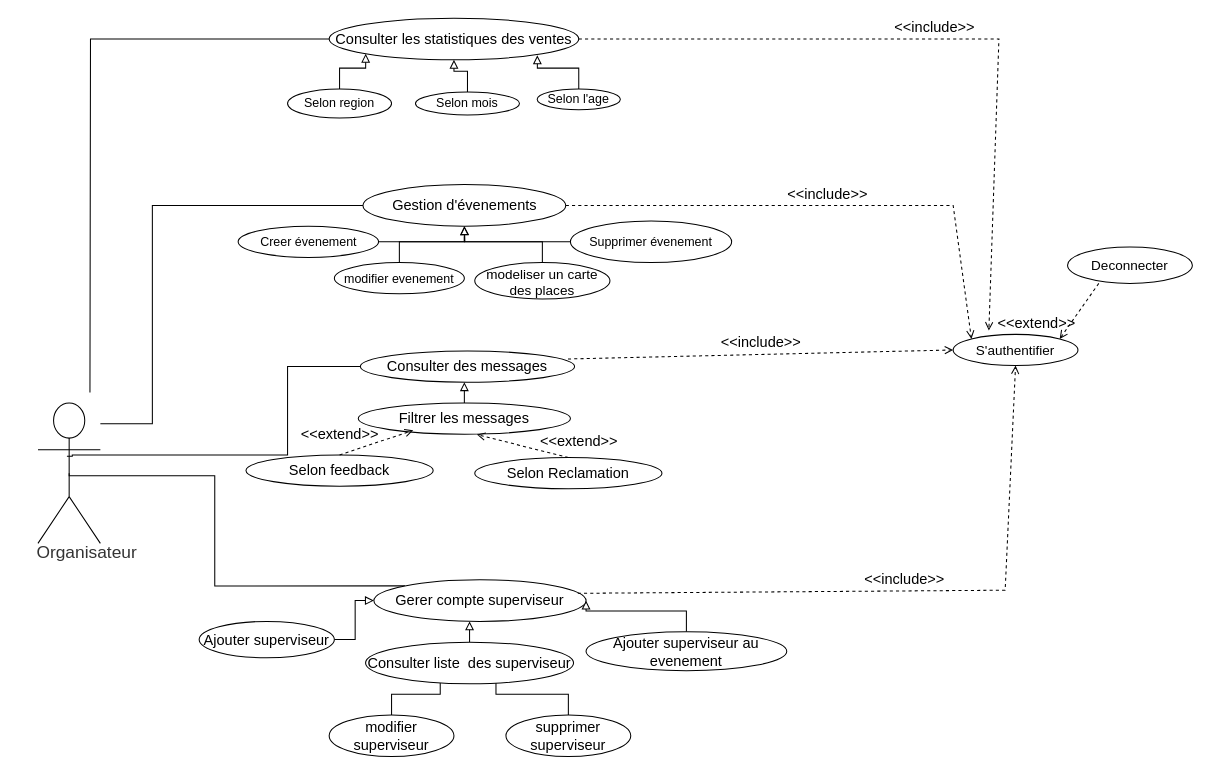
Above: Diagram de cas utilisation/4-Organizateur_Vf.drawio in mohamedimem/event- (draw.io), before the change. Source tidied: cells renumbered, new cells numbered last; positions are measured from the earlier drawing's top-left corner, leaving out a move shared by most shapes. Both pictures are drawn from the tidied source at 104%, with x=0, y=0 at pixel (37, 18).
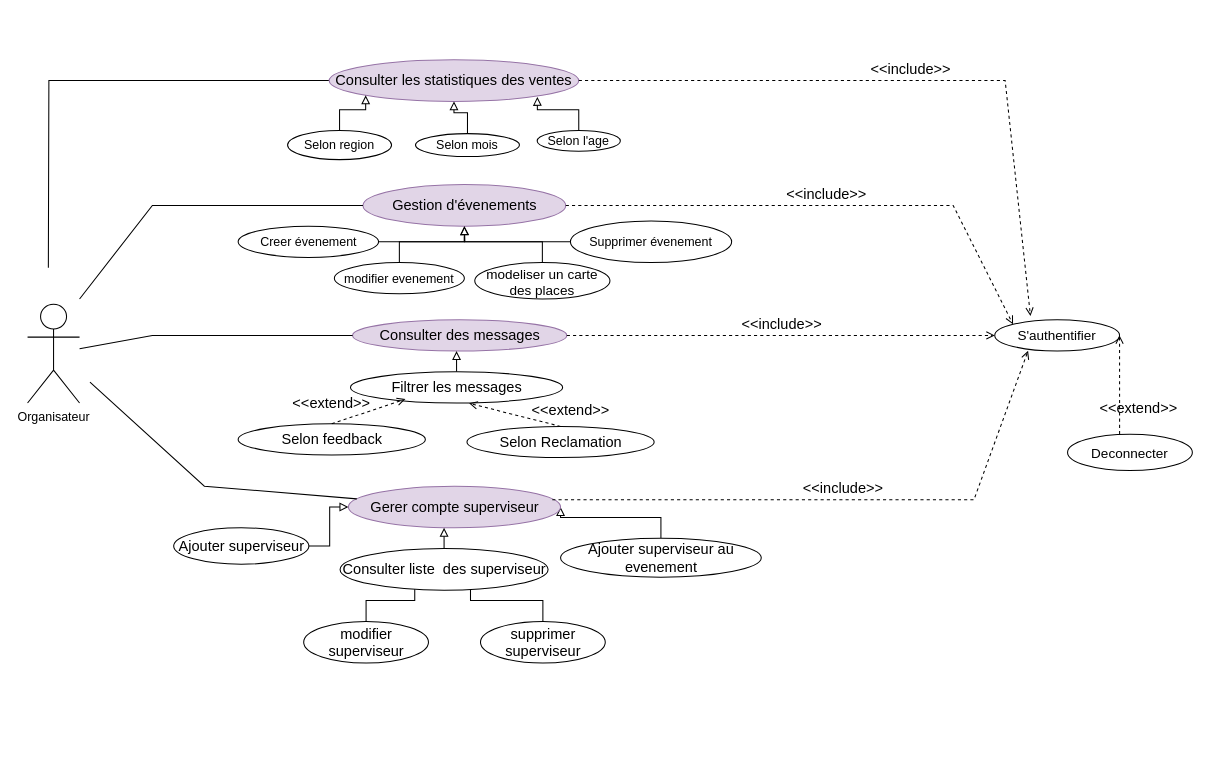
The same page after the edit.

Commit message:
Mettre à jour 4-Organizateur_Vf.drawio

Diff of the diagram source:
```diff
@@
-    <mxCell id="2" value="&lt;div&gt;Organisateur&lt;/div&gt;&lt;div&gt;&lt;br&gt;&lt;/div&gt;" style="html=1;overflow=block;blockSpacing=1;shape=umlActor;labelPosition=center;verticalLabelPosition=bottom;verticalAlign=top;whiteSpace=nowrap;fontSize=16.7;fontColor=#333333;align=center;spacing=0;strokeColor=#000000;strokeOpacity=100;rounded=1;absoluteArcSize=1;arcSize=9;strokeWidth=1;lucidId=wAitfE4UTxwo;" parent="1" vertex="1">
-      <mxGeometry y="370" width="60" height="135" as="geometry" />
-    </mxCell>
-    <mxCell id="3" style="edgeStyle=orthogonalEdgeStyle;rounded=0;jettySize=auto;html=1;exitX=0;exitY=0.5;exitDx=0;exitDy=0;fontSize=14;endArrow=none;endFill=0;" parent="1" edge="1" source="4">
-      <mxGeometry relative="1" as="geometry">
-        <mxPoint x="50" y="360" as="targetPoint" />
-      </mxGeometry>
-    </mxCell>
+    <mxCell id="48" style="edgeStyle=orthogonalEdgeStyle;rounded=0;jettySize=auto;html=1;endArrow=none;endFill=0;" parent="1" edge="1" source="4">
+      <mxGeometry relative="1" as="geometry">
+        <mxPoint x="10" y="240" as="targetPoint" />
+      </mxGeometry>
+    </mxCell>
-    <mxCell id="4" value="&lt;font style=&quot;font-size: 14px;&quot;&gt;Consulter les statistiques des ventes &lt;/font&gt;" style="html=1;overflow=block;blockSpacing=1;whiteSpace=wrap;ellipse;fontSize=13;spacing=3.8;strokeColor=#000000;strokeOpacity=100;rounded=1;absoluteArcSize=1;arcSize=9;strokeWidth=1;lucidId=.BitsejxpJ_f;" parent="1" vertex="1">
-      <mxGeometry x="280" width="240" height="40" as="geometry" />
+    <mxCell id="4" value="&lt;font style=&quot;font-size: 14px;&quot;&gt;Consulter les statistiques des ventes &lt;/font&gt;" style="html=1;overflow=block;blockSpacing=1;whiteSpace=wrap;ellipse;fontSize=13;spacing=3.8;strokeColor=#9673a6;strokeOpacity=100;rounded=1;absoluteArcSize=1;arcSize=9;strokeWidth=1;lucidId=.BitsejxpJ_f;fillColor=#e1d5e7;" parent="1" vertex="1">
+      <mxGeometry x="280" y="40" width="240" height="40" as="geometry" />
     </mxCell>
-    <mxCell id="5" value="&lt;font style=&quot;font-size: 14px;&quot;&gt;Gestion d'évenements&lt;/font&gt;" style="html=1;overflow=block;blockSpacing=1;whiteSpace=wrap;ellipse;fontSize=13;spacing=3.8;strokeColor=#000000;strokeOpacity=100;rounded=1;absoluteArcSize=1;arcSize=9;strokeWidth=1;lucidId=.BitsejxpJ_f;" parent="1" vertex="1">
+    <mxCell id="5" value="&lt;font style=&quot;font-size: 14px;&quot;&gt;Gestion d'évenements&lt;/font&gt;" style="html=1;overflow=block;blockSpacing=1;whiteSpace=wrap;ellipse;fontSize=13;spacing=3.8;strokeColor=#9673a6;strokeOpacity=100;rounded=1;absoluteArcSize=1;arcSize=9;strokeWidth=1;lucidId=.BitsejxpJ_f;fillColor=#e1d5e7;" parent="1" vertex="1">
       <mxGeometry x="312.5" y="160" width="195" height="40" as="geometry" />
     </mxCell>
@@
-    <mxCell id="12" style="edgeStyle=orthogonalEdgeStyle;rounded=0;jettySize=auto;html=1;entryX=0.464;entryY=0.38;entryDx=0;entryDy=0;entryPerimeter=0;fontSize=14;endArrow=none;endFill=0;" parent="1" edge="1" source="13" target="2">
-      <mxGeometry relative="1" as="geometry">
-        <Array as="points">
-          <mxPoint x="240" y="335" />
-          <mxPoint x="240" y="420" />
-          <mxPoint x="33" y="420" />
-          <mxPoint x="33" y="421" />
-        </Array>
-      </mxGeometry>
-    </mxCell>
-    <mxCell id="13" value="&lt;font style=&quot;font-size: 14px;&quot;&gt;Consulter des messages  &lt;/font&gt;" style="ellipse;whiteSpace=wrap;html=1;strokeWidth=1;strokeColor=#000000;" parent="1" vertex="1">
-      <mxGeometry x="310" y="320" width="206" height="30" as="geometry" />
+    <mxCell id="13" value="&lt;font style=&quot;font-size: 14px;&quot;&gt;Consulter des messages  &lt;/font&gt;" style="ellipse;whiteSpace=wrap;html=1;strokeWidth=1;strokeColor=#9673a6;fillColor=#e1d5e7;" parent="1" vertex="1">
+      <mxGeometry x="302.5" y="290" width="206" height="30" as="geometry" />
     </mxCell>
@@
     <mxCell id="15" value="&lt;div style=&quot;font-size: 14px;&quot;&gt;&lt;font style=&quot;font-size: 14px;&quot;&gt;Filtrer les messages &lt;br&gt;&lt;/font&gt;&lt;/div&gt;" style="ellipse;whiteSpace=wrap;html=1;strokeWidth=1;strokeColor=#000000;" parent="1" vertex="1">
-      <mxGeometry x="308" y="370" width="204" height="30" as="geometry" />
+      <mxGeometry x="300.5" y="340" width="204" height="30" as="geometry" />
     </mxCell>
     <mxCell id="16" style="edgeStyle=orthogonalEdgeStyle;rounded=0;jettySize=auto;html=1;entryX=1;entryY=0.5;entryDx=0;entryDy=0;fontSize=14;endArrow=block;endFill=0;" parent="1" edge="1" source="17" target="32">
       <mxGeometry relative="1" as="geometry">
         <Array as="points">
-          <mxPoint x="624" y="570" />
-          <mxPoint x="527" y="570" />
+          <mxPoint x="599.5" y="480" />
+          <mxPoint x="502.5" y="480" />
         </Array>
       </mxGeometry>
     </mxCell>
     <mxCell id="17" value="&lt;div&gt;&lt;font style=&quot;font-size: 14px;&quot;&gt;Ajouter superviseur au evenement&lt;/font&gt;&lt;/div&gt;" style="ellipse;whiteSpace=wrap;html=1;strokeWidth=1;strokeColor=#000000;" parent="1" vertex="1">
-      <mxGeometry x="527" y="590" width="193" height="37.5" as="geometry" />
+      <mxGeometry x="502.5" y="500" width="193" height="37.5" as="geometry" />
     </mxCell>
     <mxCell id="18" value="S'authentifier" style="html=1;overflow=block;blockSpacing=1;whiteSpace=wrap;ellipse;fontSize=13;spacing=3.8;strokeColor=#000000;strokeOpacity=100;rounded=1;absoluteArcSize=1;arcSize=9;strokeWidth=1;lucidId=XvitAHHM73nt;" parent="1" vertex="1">
-      <mxGeometry x="880" y="304" width="120" height="30" as="geometry" />
+      <mxGeometry x="920" y="290" width="120" height="30" as="geometry" />
     </mxCell>
     <mxCell id="19" value="Deconnecter" style="html=1;overflow=block;blockSpacing=1;whiteSpace=wrap;ellipse;fontSize=13;spacing=3.8;strokeColor=#000000;strokeOpacity=100;rounded=1;absoluteArcSize=1;arcSize=9;strokeWidth=1;lucidId=XvitmW9DInrr;" parent="1" vertex="1">
-      <mxGeometry x="990" y="220" width="120" height="35" as="geometry" />
+      <mxGeometry x="990" y="400" width="120" height="35" as="geometry" />
     </mxCell>
-    <mxCell id="20" value="&amp;lt;&amp;lt;extend&amp;gt;&amp;gt;" style="html=1;verticalAlign=bottom;labelBackgroundColor=none;endArrow=open;endFill=0;dashed=1;rounded=0;fontSize=14;entryX=1;entryY=0;entryDx=0;entryDy=0;exitX=0.25;exitY=1;exitDx=0;exitDy=0;exitPerimeter=0;strokeWidth=1;strokeColor=#000000;" parent="1" edge="1" source="19" target="18">
-      <mxGeometry x="1" y="-23" relative="1" as="geometry">
-        <mxPoint x="-4" y="9" as="offset" />
-      </mxGeometry>
+    <mxCell id="20" value="&amp;lt;&amp;lt;extend&amp;gt;&amp;gt;" style="html=1;verticalAlign=bottom;labelBackgroundColor=none;endArrow=open;endFill=0;dashed=1;rounded=0;fontSize=14;entryX=1;entryY=0.5;entryDx=0;entryDy=0;exitX=0.417;exitY=0;exitDx=0;exitDy=0;exitPerimeter=0;strokeWidth=1;strokeColor=#000000;" parent="1" edge="1" source="19" target="18">
+      <mxGeometry x="-0.7" y="-18" relative="1" as="geometry" />
     </mxCell>
     <mxCell id="21" value="&lt;div style=&quot;font-size: 14px;&quot;&gt;&lt;font style=&quot;font-size: 14px;&quot;&gt;Selon feedback&lt;br&gt;&lt;/font&gt;&lt;/div&gt;" style="ellipse;whiteSpace=wrap;html=1;strokeWidth=1;strokeColor=#000000;" parent="1" vertex="1">
-      <mxGeometry x="200" y="420" width="180" height="30" as="geometry" />
+      <mxGeometry x="192.5" y="390" width="180" height="30" as="geometry" />
     </mxCell>
     <mxCell id="22" value="&lt;div style=&quot;font-size: 14px;&quot;&gt;&lt;font style=&quot;font-size: 14px;&quot;&gt;Selon Reclamation&lt;br&gt;&lt;/font&gt;&lt;/div&gt;" style="ellipse;whiteSpace=wrap;html=1;strokeWidth=1;strokeColor=#000000;" parent="1" vertex="1">
-      <mxGeometry x="420" y="422.5" width="180" height="30" as="geometry" />
+      <mxGeometry x="412.5" y="392.5" width="180" height="30" as="geometry" />
     </mxCell>
@@
     <mxCell id="26" value="&lt;font style=&quot;font-size: 12px;&quot;&gt;Selon l'age&lt;/font&gt;" style="ellipse;whiteSpace=wrap;html=1;" parent="1" vertex="1">
-      <mxGeometry x="480" y="68" width="80" height="20" as="geometry" />
+      <mxGeometry x="480" y="108" width="80" height="20" as="geometry" />
     </mxCell>
@@
     <mxCell id="28" value="&lt;div&gt;&lt;font style=&quot;font-size: 12px;&quot;&gt;Selon &lt;font style=&quot;font-size: 12px;&quot;&gt;mois&lt;/font&gt;&lt;/font&gt;&lt;/div&gt;" style="ellipse;whiteSpace=wrap;html=1;" parent="1" vertex="1">
-      <mxGeometry x="363" y="71" width="100" height="22" as="geometry" />
+      <mxGeometry x="363" y="111" width="100" height="22" as="geometry" />
     </mxCell>
@@
     <mxCell id="30" value="&lt;font style=&quot;font-size: 12px;&quot;&gt;Selon region&lt;/font&gt;" style="ellipse;whiteSpace=wrap;html=1;" parent="1" vertex="1">
-      <mxGeometry x="240" y="68" width="100" height="28" as="geometry" />
+      <mxGeometry x="240" y="108" width="100" height="28" as="geometry" />
     </mxCell>
-    <mxCell id="31" style="edgeStyle=orthogonalEdgeStyle;rounded=0;jettySize=auto;html=1;exitX=0;exitY=0;exitDx=0;exitDy=0;entryX=0.5;entryY=0.5;entryDx=0;entryDy=0;entryPerimeter=0;fontSize=14;endArrow=none;endFill=0;" parent="1" edge="1" source="32" target="2">
-      <mxGeometry relative="1" as="geometry">
-        <Array as="points">
-          <mxPoint x="170" y="546" />
-          <mxPoint x="170" y="440" />
-          <mxPoint x="30" y="440" />
-        </Array>
-      </mxGeometry>
-    </mxCell>
-    <mxCell id="32" value="&lt;font style=&quot;font-size: 14px;&quot;&gt;Gerer compte superviseur&lt;/font&gt;" style="ellipse;whiteSpace=wrap;html=1;strokeWidth=1;strokeColor=#000000;" parent="1" vertex="1">
-      <mxGeometry x="323" y="540" width="204" height="40" as="geometry" />
+    <mxCell id="32" value="&lt;font style=&quot;font-size: 14px;&quot;&gt;Gerer compte superviseur&lt;/font&gt;" style="ellipse;whiteSpace=wrap;html=1;strokeWidth=1;strokeColor=#9673a6;fillColor=#e1d5e7;" parent="1" vertex="1">
+      <mxGeometry x="298.5" y="450" width="204" height="40" as="geometry" />
     </mxCell>
@@
     <mxCell id="34" value="Ajouter superviseur" style="ellipse;whiteSpace=wrap;html=1;fontSize=14;" parent="1" vertex="1">
-      <mxGeometry x="155" y="580" width="130" height="35" as="geometry" />
+      <mxGeometry x="130.5" y="490" width="130" height="35" as="geometry" />
     </mxCell>
@@
     <mxCell id="36" value="modifier superviseur" style="ellipse;whiteSpace=wrap;html=1;fontSize=14;" parent="1" vertex="1">
-      <mxGeometry x="280" y="670" width="120" height="40" as="geometry" />
+      <mxGeometry x="255.5" y="580" width="120" height="40" as="geometry" />
     </mxCell>
@@
     <mxCell id="38" value="supprimer superviseur" style="ellipse;whiteSpace=wrap;html=1;fontSize=14;" parent="1" vertex="1">
-      <mxGeometry x="450" y="670" width="120" height="40" as="geometry" />
+      <mxGeometry x="425.5" y="580" width="120" height="40" as="geometry" />
     </mxCell>
     <mxCell id="39" style="edgeStyle=orthogonalEdgeStyle;rounded=0;jettySize=auto;html=1;exitX=0.5;exitY=0;exitDx=0;exitDy=0;fontSize=14;endArrow=block;endFill=0;" parent="1" edge="1" source="40">
       <mxGeometry relative="1" as="geometry">
-        <mxPoint x="415" y="580" as="targetPoint" />
+        <mxPoint x="390.5" y="490" as="targetPoint" />
       </mxGeometry>
     </mxCell>
     <mxCell id="40" value="Consulter liste&amp;nbsp; des superviseur" style="ellipse;whiteSpace=wrap;html=1;fontSize=14;" parent="1" vertex="1">
-      <mxGeometry x="315" y="600" width="200" height="40" as="geometry" />
+      <mxGeometry x="290.5" y="510" width="200" height="40" as="geometry" />
     </mxCell>
-    <mxCell id="41" style="edgeStyle=orthogonalEdgeStyle;rounded=0;jettySize=auto;html=1;fontSize=14;endArrow=none;endFill=0;" parent="1" edge="1" source="5" target="2">
-      <mxGeometry relative="1" as="geometry">
-        <Array as="points">
-          <mxPoint x="110" y="180" />
-          <mxPoint x="110" y="390" />
-        </Array>
-      </mxGeometry>
-    </mxCell>
     <mxCell id="42" value="&amp;lt;&amp;lt;include&amp;gt;&amp;gt;" style="html=1;verticalAlign=bottom;labelBackgroundColor=none;endArrow=open;endFill=0;dashed=1;rounded=0;fontSize=14;exitX=1;exitY=0.5;exitDx=0;exitDy=0;entryX=0.286;entryY=-0.122;entryDx=0;entryDy=0;entryPerimeter=0;" parent="1" edge="1" source="4" target="18">
       <mxGeometry relative="1" as="geometry">
         <Array as="points">
-          <mxPoint x="924" y="20" />
+          <mxPoint x="930" y="60" />
         </Array>
       </mxGeometry>
     </mxCell>
@@
-    <mxCell id="44" value="&amp;lt;&amp;lt;include&amp;gt;&amp;gt;" style="html=1;verticalAlign=bottom;labelBackgroundColor=none;endArrow=open;endFill=0;dashed=1;rounded=0;fontSize=14;entryX=0;entryY=0.5;entryDx=0;entryDy=0;exitX=0.969;exitY=0.256;exitDx=0;exitDy=0;exitPerimeter=0;" parent="1" edge="1" source="13" target="18">
+    <mxCell id="44" value="&amp;lt;&amp;lt;include&amp;gt;&amp;gt;" style="html=1;verticalAlign=bottom;labelBackgroundColor=none;endArrow=open;endFill=0;dashed=1;rounded=0;fontSize=14;entryX=0;entryY=0.5;entryDx=0;entryDy=0;exitX=1;exitY=0.5;exitDx=0;exitDy=0;" parent="1" edge="1" source="13" target="18">
       <mxGeometry relative="1" as="geometry" />
     </mxCell>
-    <mxCell id="45" value="&amp;lt;&amp;lt;include&amp;gt;&amp;gt;" style="html=1;verticalAlign=bottom;labelBackgroundColor=none;endArrow=open;endFill=0;dashed=1;rounded=0;fontSize=14;entryX=0.5;entryY=1;entryDx=0;entryDy=0;exitX=0.961;exitY=0.325;exitDx=0;exitDy=0;exitPerimeter=0;" parent="1" edge="1" source="32" target="18">
+    <mxCell id="45" value="&amp;lt;&amp;lt;include&amp;gt;&amp;gt;" style="html=1;verticalAlign=bottom;labelBackgroundColor=none;endArrow=open;endFill=0;dashed=1;rounded=0;fontSize=14;entryX=0.267;entryY=0.992;entryDx=0;entryDy=0;exitX=0.961;exitY=0.325;exitDx=0;exitDy=0;exitPerimeter=0;entryPerimeter=0;" parent="1" edge="1" source="32" target="18">
       <mxGeometry relative="1" as="geometry">
         <Array as="points">
-          <mxPoint x="930" y="550" />
+          <mxPoint x="900" y="463" />
         </Array>
       </mxGeometry>
     </mxCell>
@@
+    <mxCell id="2" value="&lt;div align=&quot;left&quot;&gt;Organisateur&lt;/div&gt;&lt;div&gt;&lt;br&gt;&lt;br&gt;&lt;/div&gt;" style="shape=umlActor;verticalLabelPosition=bottom;verticalAlign=top;html=1;outlineConnect=0;" parent="1" vertex="1">
+      <mxGeometry x="-10" y="275" width="50" height="95" as="geometry" />
+    </mxCell>
+    <mxCell id="49" style="endArrow=none;html=1;rounded=0;entryX=0;entryY=0.5;entryDx=0;entryDy=0;" parent="1" edge="1" target="5">
+      <mxGeometry relative="1" as="geometry">
+        <mxPoint x="40" y="270" as="sourcePoint" />
+        <Array as="points">
+          <mxPoint x="110" y="180" />
+        </Array>
+      </mxGeometry>
+    </mxCell>
+    <mxCell id="50" style="endArrow=none;html=1;rounded=0;entryX=0;entryY=0.5;entryDx=0;entryDy=0;" parent="1" edge="1" source="2" target="13">
+      <mxGeometry relative="1" as="geometry">
+        <Array as="points">
+          <mxPoint x="110" y="305" />
+        </Array>
+      </mxGeometry>
+    </mxCell>
+    <mxCell id="51" style="endArrow=none;html=1;rounded=0;" parent="1" edge="1" target="32">
+      <mxGeometry relative="1" as="geometry">
+        <mxPoint x="50" y="350" as="sourcePoint" />
+        <Array as="points">
+          <mxPoint x="160" y="450" />
+        </Array>
+      </mxGeometry>
+    </mxCell>
```
